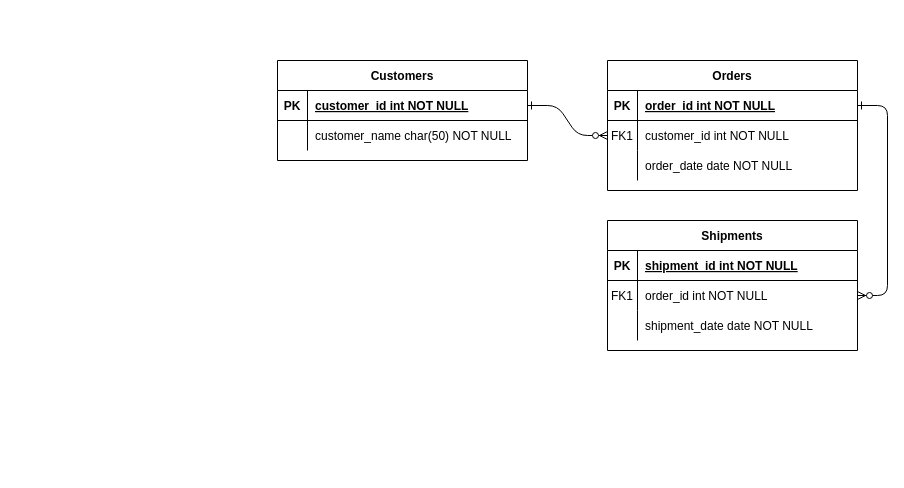
This is 未命名绘图.drawio from hh-fly/tnest-er, a draw.io file, before an edit. Source tidied: cells renumbered, new cells numbered last; positions are measured from the earlier drawing's top-left corner, leaving out a move shared by most shapes. Both pictures are drawn from the tidied source at 100%, with x=0, y=0 at pixel (277, 60).
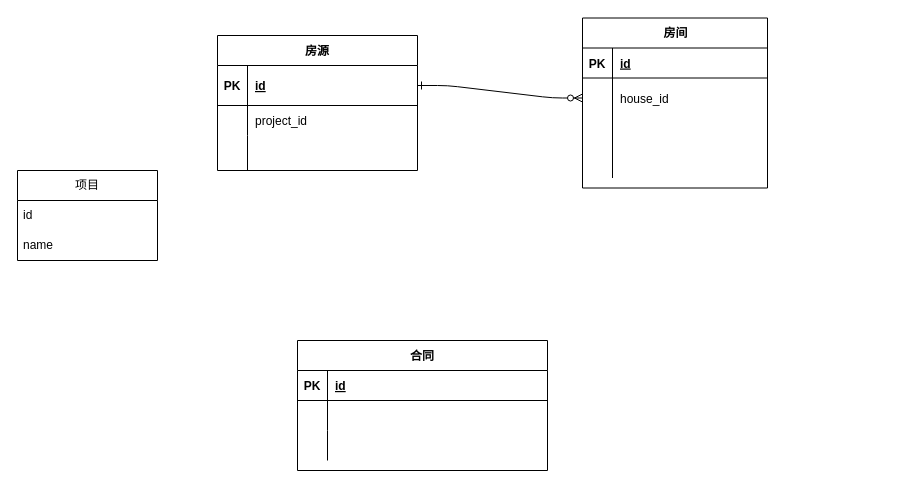
Above is the later version.

The change refers to these unchanged cells:
```xml
<mxCell id="15" style="shape=partialRectangle;fillColor=none;top=0;left=0;right=0;bottom=1;" parent="14" vertex="1">
  <mxGeometry y="30" width="250" height="30" as="geometry" />
</mxCell>
<mxCell id="18" style="shape=partialRectangle;fillColor=none;points=[[0,0.5],[1,0.5]];portConstraint=eastwest;top=0;left=0;right=0;bottom=0;" parent="14" vertex="1">
  <mxGeometry y="60" width="250" height="30" as="geometry" />
</mxCell>
<mxCell id="21" style="shape=partialRectangle;fillColor=none;top=0;left=0;right=0;bottom=0;" parent="14" vertex="1">
  <mxGeometry y="90" width="250" height="30" as="geometry" />
</mxCell>
```

Change to the diagram source:
```diff
@@
-    <mxCell id="3" style="edgeStyle=entityRelationEdgeStyle;endArrow=ERzeroToMany;startArrow=ERone;endFill=1;startFill=0;" parent="1" edge="1" source="5" target="18">
-      <mxGeometry relative="1" as="geometry" />
-    </mxCell>
-    <mxCell id="4" value="Orders" style="shape=table;startSize=30;childLayout=tableLayout;rowLines=0;fontStyle=1;align=center;" parent="1" vertex="1">
-      <mxGeometry x="330" width="250" height="130" as="geometry" />
+    <mxCell id="4" value="房间" style="shape=table;startSize=30;childLayout=tableLayout;rowLines=0;fontStyle=1;align=center;html=1;" parent="1" vertex="1">
+      <mxGeometry x="305" y="-42.5" width="185" height="170" as="geometry" />
     </mxCell>
     <mxCell id="5" style="shape=partialRectangle;fillColor=none;points=[[0,0.5],[1,0.5]];portConstraint=eastwest;top=0;left=0;right=0;bottom=1;" parent="4" vertex="1">
-      <mxGeometry y="30" width="250" height="30" as="geometry" />
+      <mxGeometry y="30" width="185" height="30" as="geometry" />
     </mxCell>
@@
-    <mxCell id="7" value="order_id int NOT NULL " style="shape=partialRectangle;overflow=hidden;fillColor=none;top=0;left=0;bottom=0;right=0;align=left;spacingLeft=6;fontStyle=5;" parent="5" vertex="1">
-      <mxGeometry x="30" width="220" height="30" as="geometry" />
+    <mxCell id="7" value="id" style="shape=partialRectangle;overflow=hidden;fillColor=none;top=0;left=0;bottom=0;right=0;align=left;spacingLeft=6;fontStyle=5;" parent="5" vertex="1">
+      <mxGeometry x="30" width="155" height="30" as="geometry" />
     </mxCell>
     <mxCell id="8" style="shape=partialRectangle;fillColor=none;points=[[0,0.5],[1,0.5]];portConstraint=eastwest;top=0;left=0;right=0;bottom=0;" parent="4" vertex="1">
-      <mxGeometry y="60" width="250" height="30" as="geometry" />
+      <mxGeometry y="60" width="185" height="40" as="geometry" />
     </mxCell>
-    <mxCell id="9" value="FK1" style="shape=partialRectangle;overflow=hidden;fillColor=none;top=0;left=0;bottom=0;right=0;" parent="8" vertex="1">
-      <mxGeometry width="30" height="30" as="geometry" />
+    <mxCell id="9" style="shape=partialRectangle;overflow=hidden;fillColor=none;top=0;left=0;bottom=0;right=0;" parent="8" vertex="1">
+      <mxGeometry width="30" height="40" as="geometry" />
     </mxCell>
-    <mxCell id="10" value="customer_id int NOT NULL" style="shape=partialRectangle;overflow=hidden;fillColor=none;top=0;left=0;bottom=0;right=0;align=left;spacingLeft=6;" parent="8" vertex="1">
-      <mxGeometry x="30" width="220" height="30" as="geometry" />
+    <mxCell id="10" value="house_id" style="shape=partialRectangle;overflow=hidden;fillColor=none;top=0;left=0;bottom=0;right=0;align=left;spacingLeft=6;" parent="8" vertex="1">
+      <mxGeometry x="30" width="155" height="40" as="geometry" />
     </mxCell>
     <mxCell id="11" style="shape=partialRectangle;fillColor=none;top=0;left=0;right=0;bottom=0;" parent="4" vertex="1">
-      <mxGeometry y="90" width="250" height="30" as="geometry" />
+      <mxGeometry y="100" width="185" height="60" as="geometry" />
     </mxCell>
     <mxCell id="12" style="shape=partialRectangle;overflow=hidden;fillColor=none;top=0;left=0;bottom=0;right=0;" parent="11" vertex="1">
-      <mxGeometry width="30" height="30" as="geometry" />
+      <mxGeometry width="30" height="60" as="geometry" />
     </mxCell>
-    <mxCell id="13" value="order_date date NOT NULL" style="shape=partialRectangle;overflow=hidden;fillColor=none;top=0;left=0;bottom=0;right=0;align=left;spacingLeft=6;" parent="11" vertex="1">
-      <mxGeometry x="30" width="220" height="30" as="geometry" />
+    <mxCell id="13" style="shape=partialRectangle;overflow=hidden;fillColor=none;top=0;left=0;bottom=0;right=0;align=left;spacingLeft=6;" parent="11" vertex="1">
+      <mxGeometry x="30" width="155" height="60" as="geometry" />
     </mxCell>
-    <mxCell id="14" value="Shipments" style="shape=table;startSize=30;childLayout=tableLayout;rowLines=0;fontStyle=1;align=center;" parent="1" vertex="1">
-      <mxGeometry x="330" y="160" width="250" height="130" as="geometry" />
+    <mxCell id="14" value="合同" style="shape=table;startSize=30;childLayout=tableLayout;rowLines=0;fontStyle=1;align=center;" parent="1" vertex="1">
+      <mxGeometry x="20" y="280" width="250" height="130" as="geometry" />
     </mxCell>
@@
-    <mxCell id="17" value="shipment_id int NOT NULL " style="shape=partialRectangle;overflow=hidden;fillColor=none;top=0;left=0;bottom=0;right=0;align=left;spacingLeft=6;fontStyle=5;" parent="15" vertex="1">
+    <mxCell id="17" value="id" style="shape=partialRectangle;overflow=hidden;fillColor=none;top=0;left=0;bottom=0;right=0;align=left;spacingLeft=6;fontStyle=5;" parent="15" vertex="1">
       <mxGeometry x="30" width="220" height="30" as="geometry" />
     </mxCell>
@@
-    <mxCell id="19" value="FK1" style="shape=partialRectangle;overflow=hidden;fillColor=none;top=0;left=0;bottom=0;right=0;" parent="18" vertex="1">
+    <mxCell id="19" style="shape=partialRectangle;overflow=hidden;fillColor=none;top=0;left=0;bottom=0;right=0;" parent="18" vertex="1">
       <mxGeometry width="30" height="30" as="geometry" />
     </mxCell>
-    <mxCell id="20" value="order_id int NOT NULL" style="shape=partialRectangle;overflow=hidden;fillColor=none;top=0;left=0;bottom=0;right=0;align=left;spacingLeft=6;" parent="18" vertex="1">
+    <mxCell id="20" style="shape=partialRectangle;overflow=hidden;fillColor=none;top=0;left=0;bottom=0;right=0;align=left;spacingLeft=6;" parent="18" vertex="1">
       <mxGeometry x="30" width="220" height="30" as="geometry" />
     </mxCell>
@@
-    <mxCell id="23" value="shipment_date date NOT NULL" style="shape=partialRectangle;overflow=hidden;fillColor=none;top=0;left=0;bottom=0;right=0;align=left;spacingLeft=6;" parent="21" vertex="1">
+    <mxCell id="23" style="shape=partialRectangle;overflow=hidden;fillColor=none;top=0;left=0;bottom=0;right=0;align=left;spacingLeft=6;" parent="21" vertex="1">
       <mxGeometry x="30" width="220" height="30" as="geometry" />
     </mxCell>
-    <mxCell id="24" value="Customers" style="shape=table;startSize=30;childLayout=tableLayout;rowLines=0;fontStyle=1;align=center;" parent="1" vertex="1">
-      <mxGeometry width="250" height="100" as="geometry" />
+    <mxCell id="24" value="房源" style="shape=table;startSize=30;childLayout=tableLayout;rowLines=0;fontStyle=1;align=center;" parent="1" vertex="1">
+      <mxGeometry x="-60" y="-25" width="200" height="135" as="geometry" />
     </mxCell>
     <mxCell id="25" style="shape=partialRectangle;fillColor=none;points=[[0,0.5],[1,0.5]];portConstraint=eastwest;top=0;left=0;right=0;bottom=1;" parent="24" vertex="1">
-      <mxGeometry y="30" width="250" height="30" as="geometry" />
+      <mxGeometry y="30" width="200" height="40" as="geometry" />
     </mxCell>
     <mxCell id="26" value="PK" style="shape=partialRectangle;overflow=hidden;fillColor=none;top=0;left=0;bottom=0;right=0;fontStyle=1;" parent="25" vertex="1">
-      <mxGeometry width="30" height="30" as="geometry" />
+      <mxGeometry width="30" height="40" as="geometry" />
     </mxCell>
-    <mxCell id="27" value="customer_id int NOT NULL " style="shape=partialRectangle;overflow=hidden;fillColor=none;top=0;left=0;bottom=0;right=0;align=left;spacingLeft=6;fontStyle=5;" parent="25" vertex="1">
-      <mxGeometry x="30" width="220" height="30" as="geometry" />
+    <mxCell id="27" value="id" style="shape=partialRectangle;overflow=hidden;fillColor=none;top=0;left=0;bottom=0;right=0;align=left;spacingLeft=6;fontStyle=5;" parent="25" vertex="1">
+      <mxGeometry x="30" width="170" height="40" as="geometry" />
     </mxCell>
     <mxCell id="28" style="shape=partialRectangle;fillColor=none;top=0;left=0;right=0;bottom=0;" parent="24" vertex="1">
-      <mxGeometry y="60" width="250" height="30" as="geometry" />
+      <mxGeometry y="70" width="200" height="30" as="geometry" />
     </mxCell>
@@
-    <mxCell id="30" value="customer_name char(50) NOT NULL" style="shape=partialRectangle;overflow=hidden;fillColor=none;top=0;left=0;bottom=0;right=0;align=left;spacingLeft=6;" parent="28" vertex="1">
-      <mxGeometry x="30" width="220" height="30" as="geometry" />
+    <mxCell id="30" value="project_id" style="shape=partialRectangle;overflow=hidden;fillColor=none;top=0;left=0;bottom=0;right=0;align=left;spacingLeft=6;" parent="28" vertex="1">
+      <mxGeometry x="30" width="170" height="30" as="geometry" />
     </mxCell>
+    <mxCell id="31" style="shape=partialRectangle;fillColor=none;top=0;left=0;right=0;bottom=0;" parent="24" vertex="1">
+      <mxGeometry y="100" width="200" height="35" as="geometry" />
+    </mxCell>
+    <mxCell id="32" style="shape=partialRectangle;overflow=hidden;fillColor=none;top=0;left=0;bottom=0;right=0;" parent="31" vertex="1">
+      <mxGeometry width="30" height="35" as="geometry" />
+    </mxCell>
+    <mxCell id="33" style="shape=partialRectangle;overflow=hidden;fillColor=none;top=0;left=0;bottom=0;right=0;align=left;spacingLeft=6;" parent="31" vertex="1">
+      <mxGeometry x="30" width="170" height="35" as="geometry" />
+    </mxCell>
+    <mxCell id="34" value="项目" style="swimlane;fontStyle=0;horizontal=1;startSize=30;whiteSpace=wrap;html=1;" parent="1" vertex="1">
+      <mxGeometry x="-260" y="110" width="140" height="90" as="geometry" />
+    </mxCell>
+    <mxCell id="35" value="id" style="text;strokeColor=none;fillColor=none;align=left;verticalAlign=middle;spacingLeft=4;spacingRight=4;overflow=hidden;whiteSpace=wrap;html=1;" parent="34" vertex="1">
+      <mxGeometry y="30" width="140" height="30" as="geometry" />
+    </mxCell>
+    <mxCell id="36" value="name" style="text;strokeColor=none;fillColor=none;align=left;verticalAlign=middle;spacingLeft=4;spacingRight=4;overflow=hidden;whiteSpace=wrap;html=1;" parent="34" vertex="1">
+      <mxGeometry y="60" width="140" height="30" as="geometry" />
+    </mxCell>
```
